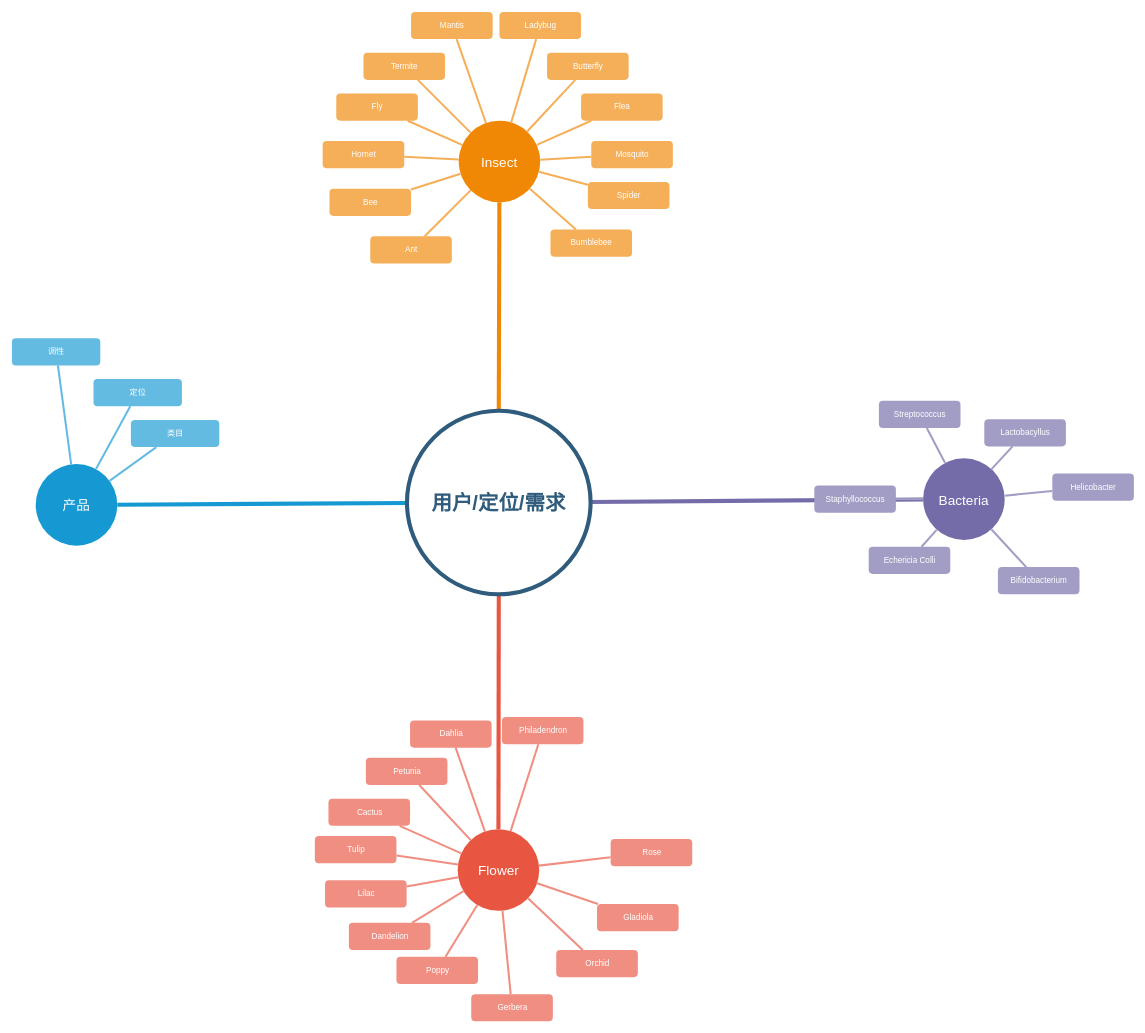
Earlier version of the draw.io diagram 未命名绘图.drawio (yizhimen/naotu2). Source tidied: cells renumbered, new cells numbered last; positions are measured from the earlier drawing's top-left corner, leaving out a move shared by most shapes. Both pictures are drawn from the tidied source at 68%, with x=0, y=0 at pixel (12, 12).
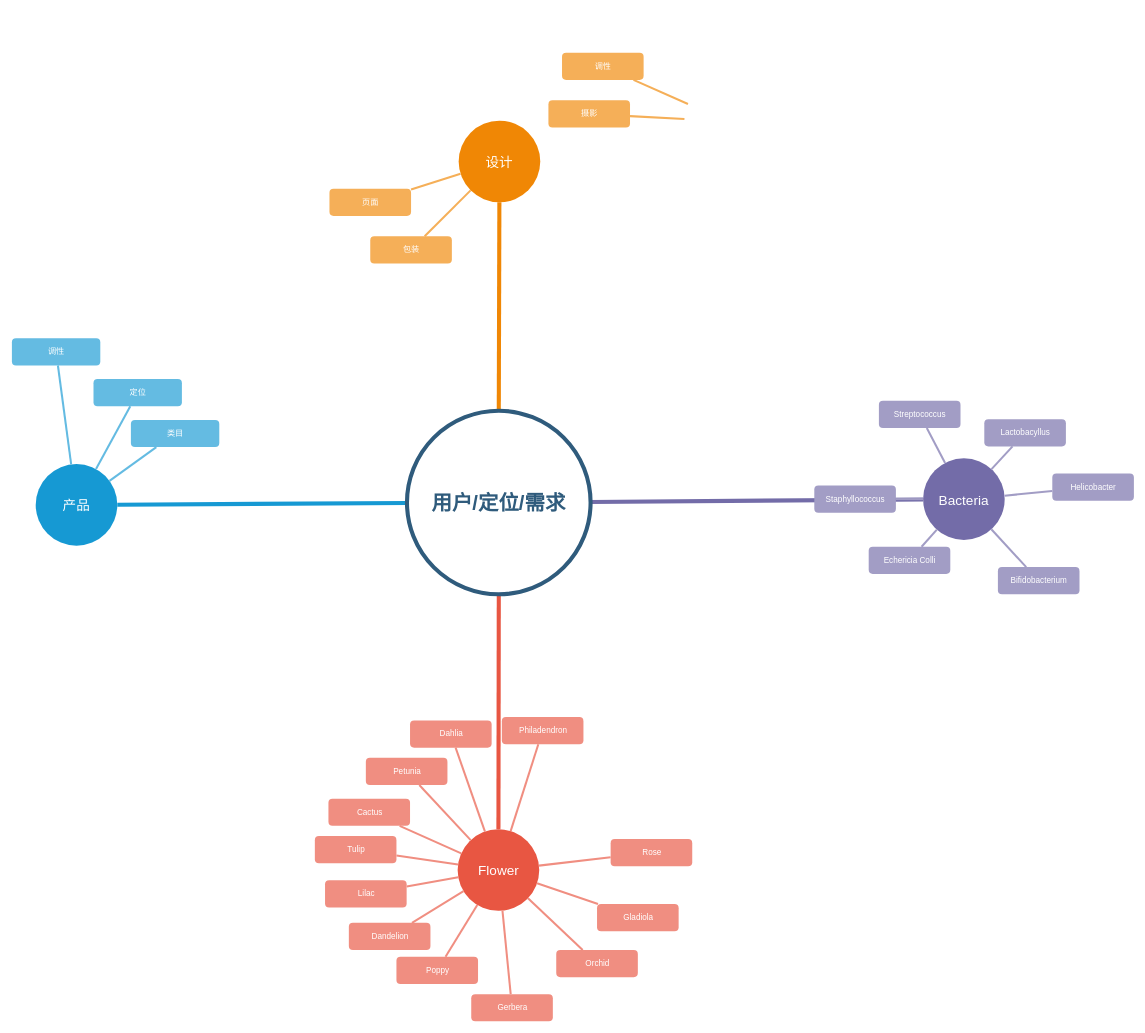
The same diagram, later.

The edit, as a diff of the source:
```diff
@@
-    <mxCell id="3" value="Insect" style="ellipse;whiteSpace=wrap;html=1;shadow=0;fontFamily=Helvetica;fontSize=20;fontColor=#FFFFFF;align=center;strokeWidth=3;fillColor=#F08705;strokeColor=none;gradientColor=none;" parent="1" vertex="1">
+    <mxCell id="3" value="设计" style="ellipse;whiteSpace=wrap;html=1;shadow=0;fontFamily=Helvetica;fontSize=20;fontColor=#FFFFFF;align=center;strokeWidth=3;fillColor=#F08705;strokeColor=none;gradientColor=none;" parent="1" vertex="1">
       <mxGeometry x="657" y="160" width="120" height="120" as="geometry" />
     </mxCell>
@@
-    <mxCell id="6" value="Ant" style="rounded=1;fillColor=#f5af58;strokeColor=none;strokeWidth=3;shadow=0;html=1;fontColor=#FFFFFF;" parent="1" vertex="1">
+    <mxCell id="6" value="包装" style="rounded=1;fillColor=#f5af58;strokeColor=none;strokeWidth=3;shadow=0;html=1;fontColor=#FFFFFF;" parent="1" vertex="1">
       <mxGeometry x="527" y="330" width="120" height="40" as="geometry" />
     </mxCell>
@@
-    <mxCell id="17" value="Bee" style="rounded=1;fillColor=#f5af58;strokeColor=none;strokeWidth=3;shadow=0;html=1;fontColor=#FFFFFF;" parent="1" vertex="1">
+    <mxCell id="17" value="页面" style="rounded=1;fillColor=#f5af58;strokeColor=none;strokeWidth=3;shadow=0;html=1;fontColor=#FFFFFF;" parent="1" vertex="1">
       <mxGeometry x="467" y="260" width="120" height="40" as="geometry" />
     </mxCell>
-    <mxCell id="18" value="Hornet" style="rounded=1;fillColor=#f5af58;strokeColor=none;strokeWidth=3;shadow=0;html=1;fontColor=#FFFFFF;" parent="1" vertex="1">
-      <mxGeometry x="457" y="190" width="120" height="40" as="geometry" />
+    <mxCell id="18" value="摄影" style="rounded=1;fillColor=#f5af58;strokeColor=none;strokeWidth=3;shadow=0;html=1;fontColor=#FFFFFF;" parent="1" vertex="1">
+      <mxGeometry x="789" y="130" width="120" height="40" as="geometry" />
     </mxCell>
-    <mxCell id="19" value="Fly" style="rounded=1;fillColor=#f5af58;strokeColor=none;strokeWidth=3;shadow=0;html=1;fontColor=#FFFFFF;" parent="1" vertex="1">
-      <mxGeometry x="477" y="120" width="120" height="40" as="geometry" />
+    <mxCell id="19" value="调性" style="rounded=1;fillColor=#f5af58;strokeColor=none;strokeWidth=3;shadow=0;html=1;fontColor=#FFFFFF;" parent="1" vertex="1">
+      <mxGeometry x="809" y="60" width="120" height="40" as="geometry" />
     </mxCell>
-    <mxCell id="20" value="Termite" style="rounded=1;fillColor=#f5af58;strokeColor=none;strokeWidth=3;shadow=0;html=1;fontColor=#FFFFFF;" parent="1" vertex="1">
-      <mxGeometry x="517" y="60" width="120" height="40" as="geometry" />
-    </mxCell>
-    <mxCell id="21" value="Mantis" style="rounded=1;fillColor=#f5af58;strokeColor=none;strokeWidth=3;shadow=0;html=1;fontColor=#FFFFFF;" parent="1" vertex="1">
-      <mxGeometry x="587" width="120" height="40" as="geometry" />
-    </mxCell>
-    <mxCell id="22" value="Ladybug" style="rounded=1;fillColor=#f5af58;strokeColor=none;strokeWidth=3;shadow=0;html=1;fontColor=#FFFFFF;" parent="1" vertex="1">
-      <mxGeometry x="717" width="120" height="40" as="geometry" />
-    </mxCell>
-    <mxCell id="23" value="Butterfly" style="rounded=1;fillColor=#f5af58;strokeColor=none;strokeWidth=3;shadow=0;html=1;fontColor=#FFFFFF;" parent="1" vertex="1">
-      <mxGeometry x="787" y="60" width="120" height="40" as="geometry" />
-    </mxCell>
-    <mxCell id="24" value="Flea" style="rounded=1;fillColor=#f5af58;strokeColor=none;strokeWidth=3;shadow=0;html=1;fontColor=#FFFFFF;" parent="1" vertex="1">
-      <mxGeometry x="837" y="120" width="120" height="40" as="geometry" />
-    </mxCell>
-    <mxCell id="25" value="Mosquito" style="rounded=1;fillColor=#f5af58;strokeColor=none;strokeWidth=3;shadow=0;html=1;fontColor=#FFFFFF;" parent="1" vertex="1">
-      <mxGeometry x="852" y="190" width="120" height="40" as="geometry" />
-    </mxCell>
-    <mxCell id="26" value="Spider" style="rounded=1;fillColor=#f5af58;strokeColor=none;strokeWidth=3;shadow=0;html=1;fontColor=#FFFFFF;" parent="1" vertex="1">
-      <mxGeometry x="847" y="250" width="120" height="40" as="geometry" />
-    </mxCell>
-    <mxCell id="27" value="Bumblebee" style="rounded=1;fillColor=#f5af58;strokeColor=none;strokeWidth=3;shadow=0;html=1;fontColor=#FFFFFF;" parent="1" vertex="1">
-      <mxGeometry x="792" y="320" width="120" height="40" as="geometry" />
-    </mxCell>
@@
-    <mxCell id="30" style="edgeStyle=none;endArrow=none;strokeWidth=3;strokeColor=#F5AF58;html=1;" parent="1" edge="1" source="3" target="18">
-      <mxGeometry x="-63" y="30" as="geometry" />
+    <mxCell id="30" style="edgeStyle=none;endArrow=none;strokeWidth=3;strokeColor=#F5AF58;html=1;" parent="1" edge="1" target="18">
+      <mxGeometry x="269" y="-30" as="geometry">
+        <mxPoint x="989" y="157.6" as="sourcePoint" />
+      </mxGeometry>
     </mxCell>
-    <mxCell id="31" style="edgeStyle=none;endArrow=none;strokeWidth=3;strokeColor=#F5AF58;html=1;" parent="1" edge="1" source="3" target="19">
-      <mxGeometry x="-63" y="30" as="geometry" />
+    <mxCell id="31" style="edgeStyle=none;endArrow=none;strokeWidth=3;strokeColor=#F5AF58;html=1;" parent="1" edge="1" target="19">
+      <mxGeometry x="269" y="-30" as="geometry">
+        <mxPoint x="994.2" y="135.5" as="sourcePoint" />
+      </mxGeometry>
     </mxCell>
-    <mxCell id="32" style="edgeStyle=none;endArrow=none;strokeWidth=3;strokeColor=#F5AF58;html=1;" parent="1" edge="1" source="3" target="20">
-      <mxGeometry x="-63" y="30" as="geometry" />
-    </mxCell>
-    <mxCell id="33" style="edgeStyle=none;endArrow=none;strokeWidth=3;strokeColor=#F5AF58;html=1;" parent="1" edge="1" source="3" target="21">
-      <mxGeometry x="-63" y="30" as="geometry" />
-    </mxCell>
-    <mxCell id="34" style="edgeStyle=none;endArrow=none;strokeWidth=3;strokeColor=#F5AF58;html=1;" parent="1" edge="1" source="3" target="22">
-      <mxGeometry x="-63" y="30" as="geometry" />
-    </mxCell>
-    <mxCell id="35" style="edgeStyle=none;endArrow=none;strokeWidth=3;strokeColor=#F5AF58;html=1;" parent="1" edge="1" source="3" target="23">
-      <mxGeometry x="-63" y="30" as="geometry" />
-    </mxCell>
-    <mxCell id="36" style="edgeStyle=none;endArrow=none;strokeWidth=3;strokeColor=#F5AF58;html=1;" parent="1" edge="1" source="3" target="24">
-      <mxGeometry x="-63" y="30" as="geometry" />
-    </mxCell>
-    <mxCell id="37" style="edgeStyle=none;endArrow=none;strokeWidth=3;strokeColor=#F5AF58;html=1;" parent="1" edge="1" source="3" target="25">
-      <mxGeometry x="-63" y="30" as="geometry" />
-    </mxCell>
-    <mxCell id="38" style="edgeStyle=none;endArrow=none;strokeWidth=3;strokeColor=#F5AF58;html=1;" parent="1" edge="1" source="3" target="26">
-      <mxGeometry x="-63" y="30" as="geometry" />
-    </mxCell>
-    <mxCell id="39" style="edgeStyle=none;endArrow=none;strokeWidth=3;strokeColor=#F5AF58;html=1;" parent="1" edge="1" source="3" target="27">
-      <mxGeometry x="-63" y="30" as="geometry" />
-    </mxCell>
```
